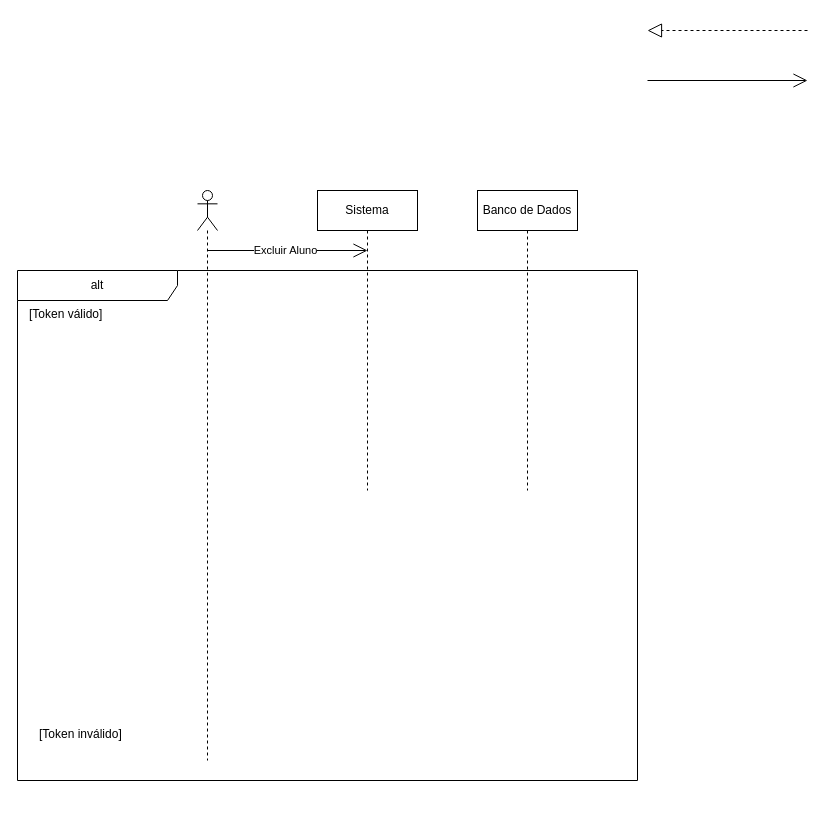
Before: page "Excluir Aluno" (14 of 22) of diagramas/sequencias.drawio in lauraesilva-design/SistemaGest-o-Escolar, a draw.io diagram. Source tidied: cells renumbered, new cells numbered last; positions are measured from the earlier drawing's top-left corner, leaving out a move shared by most shapes. Both pictures are drawn from the tidied source at 100%, with x=0, y=0 at pixel (17, 30).
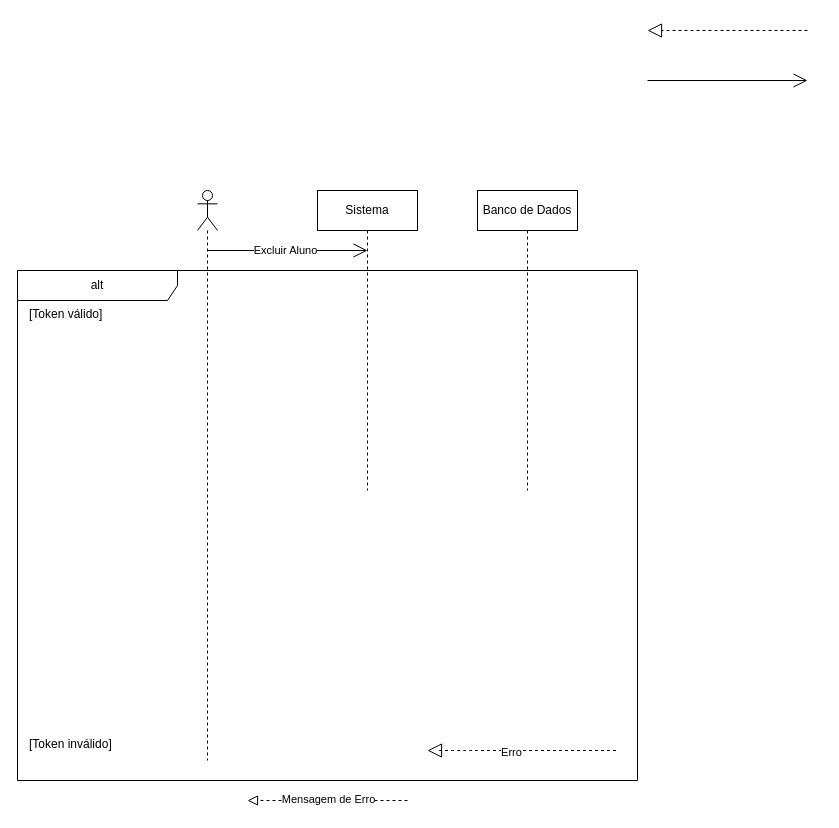
The same diagram, later.

The change refers to these unchanged cells:
```xml
<mxCell id="9" value="alt" style="shape=umlFrame;whiteSpace=wrap;html=1;width=160;" parent="1" vertex="1">
  <mxGeometry y="240" width="620" height="510" as="geometry" />
</mxCell>
```

Diff of the diagram source:
```diff
@@
     <mxCell id="11" value="[Token inválido]" style="text;html=1;" parent="9" vertex="1">
-      <mxGeometry x="20" y="450" width="160" height="20" as="geometry" />
+      <mxGeometry x="10" y="460" width="160" height="20" as="geometry" />
     </mxCell>
+    <mxCell id="12" style="endArrow=block;dashed=1;endFill=0;endSize=12;html=1;" parent="1" edge="1">
+      <mxGeometry relative="1" as="geometry">
+        <mxPoint x="598.5" y="720" as="sourcePoint" />
+        <mxPoint x="410" y="720" as="targetPoint" />
+        <Array as="points">
+          <mxPoint x="520.5" y="720" />
+          <mxPoint x="470" y="720" />
+          <mxPoint x="450" y="720" />
+          <mxPoint x="430" y="720" />
+          <mxPoint x="420" y="720" />
+        </Array>
+      </mxGeometry>
+    </mxCell>
+    <mxCell id="13" value="Erro" style="edgeLabel;html=1;align=center;verticalAlign=middle;" parent="12" vertex="1">
+      <mxGeometry x="0.06" y="1" relative="1" as="geometry">
+        <mxPoint x="-5" as="offset" />
+      </mxGeometry>
+    </mxCell>
+    <mxCell id="14" style="endArrow=block;startArrow=none;endFill=0;startFill=0;endSize=8;html=1;verticalAlign=bottom;dashed=1;labelBackgroundColor=none;" parent="1" edge="1">
+      <mxGeometry relative="1" as="geometry">
+        <mxPoint x="390" y="770" as="sourcePoint" />
+        <mxPoint x="230" y="770" as="targetPoint" />
+      </mxGeometry>
+    </mxCell>
+    <mxCell id="15" value="Mensagem de Erro" style="edgeLabel;html=1;align=center;verticalAlign=middle;" parent="14" vertex="1">
+      <mxGeometry relative="1" as="geometry">
+        <mxPoint y="-2" as="offset" />
+      </mxGeometry>
+    </mxCell>
```
